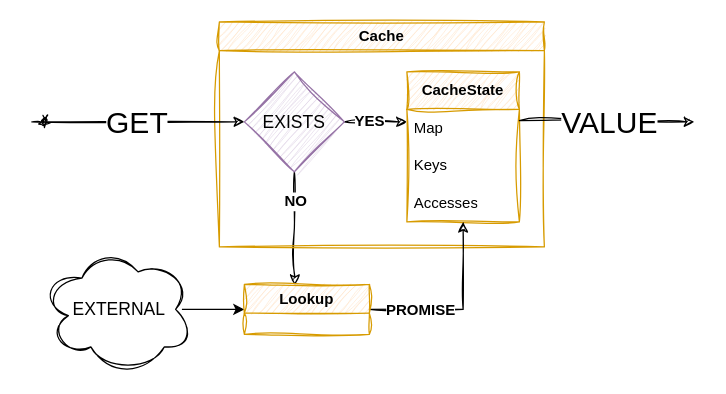
Before: assets/images/2023/12/ziocache.drawio in stevenrskelton/stevenrskelton.github.io, a draw.io diagram. Source tidied: cells renumbered, new cells numbered last; positions are measured from the earlier drawing's top-left corner, leaving out a move shared by most shapes. Both pictures are drawn from the tidied source at 125%, with x=0, y=0 at pixel (31, 21).
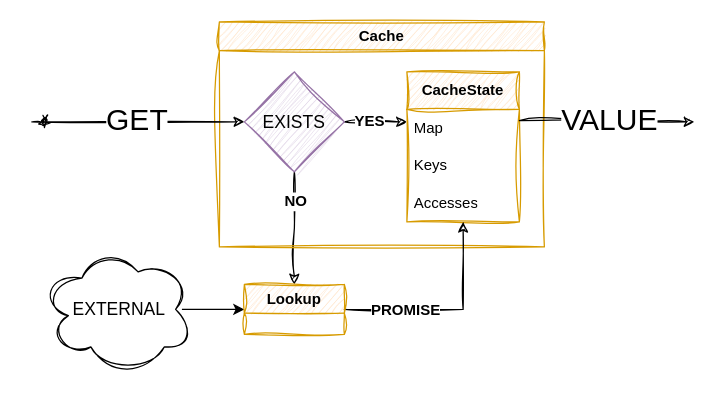
The same page after the edit.

The change refers to these unchanged cells:
```xml
<mxCell id="11" value="EXISTS" style="rhombus;whiteSpace=wrap;html=1;fontSize=14;fillColor=#e1d5e7;strokeColor=#9673a6;sketch=1;curveFitting=1;jiggle=2;" parent="5" vertex="1">
  <mxGeometry x="20" y="40" width="80" height="80" as="geometry" />
</mxCell>
<mxCell id="14" style="edgeStyle=orthogonalEdgeStyle;rounded=0;jettySize=auto;html=1;entryX=0;entryY=0.5;entryDx=0;entryDy=0;sketch=1;curveFitting=1;jiggle=2;startArrow=oval;startFill=1;" parent="1" edge="1" target="11">
  <mxGeometry relative="1" as="geometry">
    <mxPoint x="10" y="80" as="sourcePoint" />
    <Array as="points">
      <mxPoint y="80" />
    </Array>
  </mxGeometry>
</mxCell>
<mxCell id="18" style="edgeStyle=orthogonalEdgeStyle;rounded=0;orthogonalLoop=1;jettySize=auto;html=1;sketch=1;curveFitting=1;jiggle=2;" parent="1" edge="1">
  <mxGeometry relative="1" as="geometry">
    <mxPoint x="390" y="79" as="sourcePoint" />
    <mxPoint x="530" y="80" as="targetPoint" />
    <Array as="points">
      <mxPoint x="456" y="79" />
      <mxPoint x="456" y="80" />
    </Array>
  </mxGeometry>
</mxCell>
```

What changed in the source:
```diff
@@
-    <mxCell id="3" style="edgeStyle=orthogonalEdgeStyle;rounded=0;jettySize=auto;html=1;exitX=0.5;exitY=1;exitDx=0;exitDy=0;entryX=0.405;entryY=0.014;entryDx=0;entryDy=0;entryPerimeter=0;sketch=1;curveFitting=1;jiggle=2;" parent="1" edge="1" source="11" target="17">
-      <mxGeometry relative="1" as="geometry" />
+    <mxCell id="3" style="edgeStyle=orthogonalEdgeStyle;rounded=0;jettySize=auto;html=1;exitX=0.5;exitY=1;exitDx=0;exitDy=0;sketch=1;curveFitting=1;jiggle=2;" parent="1" edge="1" source="11">
+      <mxGeometry relative="1" as="geometry">
+        <mxPoint x="210" y="210" as="targetPoint" />
+      </mxGeometry>
     </mxCell>
@@
     <mxCell id="15" value="GET" style="edgeLabel;html=1;align=center;verticalAlign=middle;fontSize=24;fontStyle=0;fontFamily=Helvetica;" parent="14" vertex="1">
       <mxGeometry x="0.47" relative="1" as="geometry">
-        <mxPoint x="-39" as="offset" />
+        <mxPoint x="-39" y="-2" as="offset" />
       </mxGeometry>
     </mxCell>
@@
     <mxCell id="17" value="Lookup" style="swimlane;whiteSpace=wrap;html=1;fillColor=#ffe6cc;strokeColor=#d79b00;rounded=0;sketch=1;curveFitting=1;jiggle=2;" parent="1" vertex="1">
-      <mxGeometry x="170" y="210" width="100" height="40" as="geometry" />
+      <mxGeometry x="170" y="210" width="80" height="40" as="geometry" />
     </mxCell>
@@
     <mxCell id="19" value="VALUE" style="edgeLabel;html=1;align=center;verticalAlign=middle;fontSize=24;fontStyle=0;" parent="18" vertex="1">
       <mxGeometry x="0.47" relative="1" as="geometry">
-        <mxPoint x="-32" as="offset" />
+        <mxPoint x="-32" y="-2" as="offset" />
       </mxGeometry>
     </mxCell>
```
